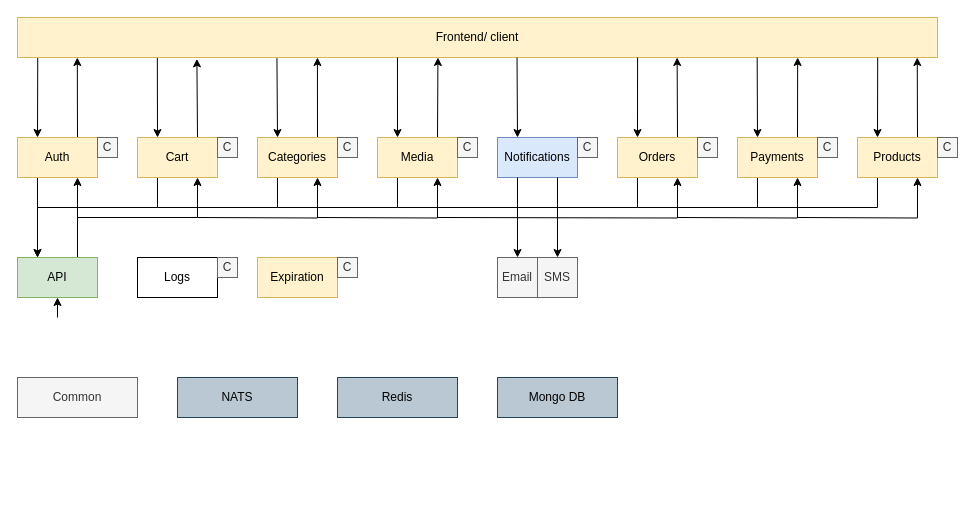
This is Shop.drawio from r3sdev/shop, a draw.io file, before an edit. Source tidied: cells renumbered, new cells numbered last; positions are measured from the earlier drawing's top-left corner, leaving out a move shared by most shapes. Both pictures are drawn from the tidied source at 100%, with x=0, y=0 at pixel (17, 17).
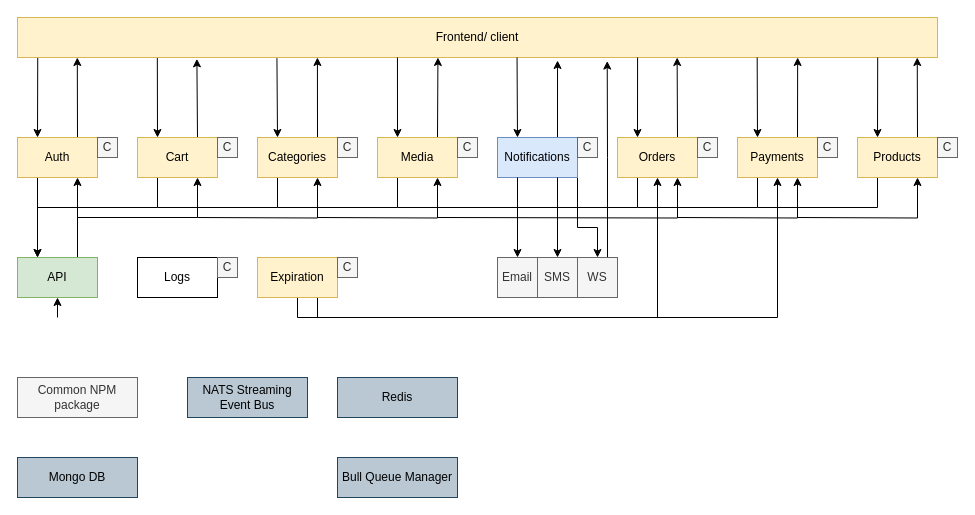
Above is the later version.

The change refers to these unchanged cells:
```xml
<mxCell id="19" value="Frontend/ client" style="whiteSpace=wrap;html=1;fillColor=#fff2cc;strokeColor=#d6b656;" parent="1" vertex="1">
  <mxGeometry width="920" height="40" as="geometry" />
</mxCell>
<mxCell id="21" value="Expiration" style="whiteSpace=wrap;html=1;fillColor=#fff2cc;strokeColor=#d6b656;" parent="1" vertex="1">
  <mxGeometry x="240" y="240" width="80" height="40" as="geometry" />
</mxCell>
<mxCell id="29" value="Notifications" style="whiteSpace=wrap;html=1;fillColor=#dae8fc;strokeColor=#6c8ebf;" parent="1" vertex="1">
  <mxGeometry x="480" y="120" width="80" height="40" as="geometry" />
</mxCell>
<mxCell id="34" value="Orders" style="whiteSpace=wrap;html=1;fillColor=#fff2cc;strokeColor=#d6b656;" parent="1" vertex="1">
  <mxGeometry x="600" y="120" width="80" height="40" as="geometry" />
</mxCell>
<mxCell id="39" value="Payments" style="whiteSpace=wrap;html=1;fillColor=#fff2cc;strokeColor=#d6b656;" parent="1" vertex="1">
  <mxGeometry x="720" y="120" width="80" height="40" as="geometry" />
</mxCell>
```

What changed in the source:
```diff
@@
-    <mxCell id="20" value="Common" style="whiteSpace=wrap;html=1;fillColor=#f5f5f5;strokeColor=#666666;fontColor=#333333;" parent="1" vertex="1">
+    <mxCell id="20" value="Common NPM package" style="whiteSpace=wrap;html=1;fillColor=#f5f5f5;strokeColor=#666666;fontColor=#333333;" parent="1" vertex="1">
       <mxGeometry y="360" width="120" height="40" as="geometry" />
     </mxCell>
+    <mxCell id="62" style="edgeStyle=orthogonalEdgeStyle;rounded=0;jettySize=auto;html=1;exitX=0.75;exitY=1;exitDx=0;exitDy=0;entryX=0.5;entryY=1;entryDx=0;entryDy=0;" parent="1" edge="1" source="21" target="34">
+      <mxGeometry relative="1" as="geometry" />
+    </mxCell>
+    <mxCell id="63" style="edgeStyle=orthogonalEdgeStyle;rounded=0;jettySize=auto;html=1;exitX=0.5;exitY=1;exitDx=0;exitDy=0;entryX=0.5;entryY=1;entryDx=0;entryDy=0;" parent="1" edge="1" source="21" target="39">
+      <mxGeometry relative="1" as="geometry" />
+    </mxCell>
@@
+    <mxCell id="64" style="edgeStyle=orthogonalEdgeStyle;rounded=0;jettySize=auto;html=1;exitX=1;exitY=1;exitDx=0;exitDy=0;entryX=0.5;entryY=0;entryDx=0;entryDy=0;" parent="1" edge="1" source="29" target="67">
+      <mxGeometry relative="1" as="geometry">
+        <Array as="points">
+          <mxPoint x="560" y="210" />
+          <mxPoint x="580" y="210" />
+        </Array>
+      </mxGeometry>
+    </mxCell>
+    <mxCell id="65" style="edgeStyle=orthogonalEdgeStyle;rounded=0;jettySize=auto;html=1;exitX=0.75;exitY=0;exitDx=0;exitDy=0;entryX=0.587;entryY=1.075;entryDx=0;entryDy=0;entryPerimeter=0;" parent="1" edge="1" source="29" target="19">
+      <mxGeometry relative="1" as="geometry" />
+    </mxCell>
@@
-    <mxCell id="49" value="NATS" style="whiteSpace=wrap;html=1;fillColor=#bac8d3;strokeColor=#23445d;" parent="1" vertex="1">
-      <mxGeometry x="160" y="360" width="120" height="40" as="geometry" />
+    <mxCell id="49" value="NATS Streaming Event Bus" style="whiteSpace=wrap;html=1;fillColor=#bac8d3;strokeColor=#23445d;" parent="1" vertex="1">
+      <mxGeometry x="170" y="360" width="120" height="40" as="geometry" />
     </mxCell>
@@
     <mxCell id="51" value="Mongo DB" style="whiteSpace=wrap;html=1;fillColor=#bac8d3;strokeColor=#23445d;" parent="1" vertex="1">
-      <mxGeometry x="480" y="360" width="120" height="40" as="geometry" />
+      <mxGeometry y="440" width="120" height="40" as="geometry" />
     </mxCell>
@@
+    <mxCell id="66" style="edgeStyle=orthogonalEdgeStyle;rounded=0;jettySize=auto;html=1;exitX=0.75;exitY=0;exitDx=0;exitDy=0;entryX=0.641;entryY=1.089;entryDx=0;entryDy=0;entryPerimeter=0;" parent="1" edge="1" source="67" target="19">
+      <mxGeometry relative="1" as="geometry" />
+    </mxCell>
+    <mxCell id="67" value="WS" style="whiteSpace=wrap;html=1;fillColor=#f5f5f5;strokeColor=#666666;fontColor=#333333;" parent="1" vertex="1">
+      <mxGeometry x="560" y="240" width="40" height="40" as="geometry" />
+    </mxCell>
+    <mxCell id="68" value="Bull Queue Manager" style="whiteSpace=wrap;html=1;fillColor=#bac8d3;strokeColor=#23445d;" parent="1" vertex="1">
+      <mxGeometry x="320" y="440" width="120" height="40" as="geometry" />
+    </mxCell>
```
